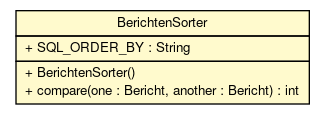
Above: brmo-loader/apidocs/nl/b3p/brmo/loader/entity/BerichtenSorter.png in B3Partners/brmo (Graphviz), before the change. Its source is kept beside it as brmo-loader/apidocs/nl/b3p/brmo/loader/entity/BerichtenSorter.dot.
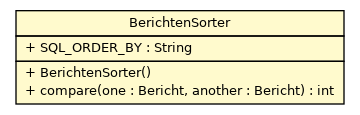
The same file after the commit.

Diff of the diagram source:
```diff
@@ -4,7 +4,7 @@
 	node [fontname="Helvetica",fontsize=10,shape=plaintext];
 	nodesep=0.25;
 	ranksep=0.5;
-	c1390 [label=<<table title="nl.b3p.brmo.loader.entity.BerichtenSorter" border="0" cellborder="1" cellspacing="0" cellpadding="2" port="p" bgcolor="lemonChiffon" href="./BerichtenSorter.html">
+	c1381 [label=<<table title="nl.b3p.brmo.loader.entity.BerichtenSorter" border="0" cellborder="1" cellspacing="0" cellpadding="2" port="p" bgcolor="lemonChiffon" href="./BerichtenSorter.html">
 		<tr><td><table border="0" cellspacing="0" cellpadding="1">
 <tr><td align="center" balign="center"> BerichtenSorter </td></tr>
 		</table></td></tr>
```
